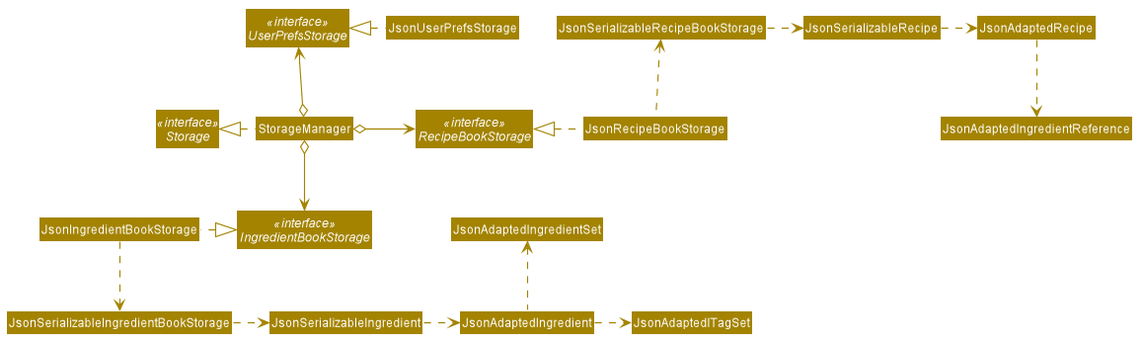
Above: docs/images/StorageClassDiagram.png in nus-cs2103-AY2021S1/tp (PlantUML), before the change.
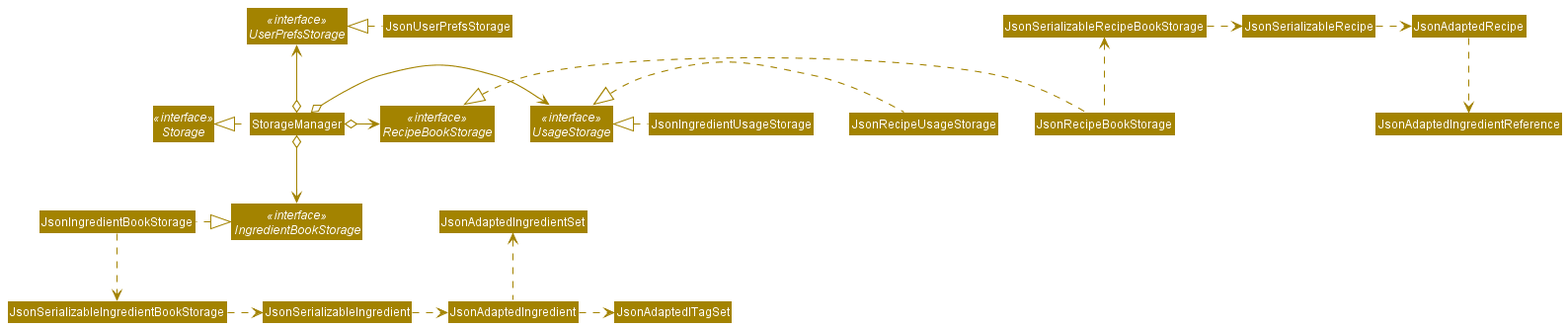
The same diagram one commit later.

Commit message:
Add UsageList diagram

Diff of the diagram source:
```diff
@@ -1,72 +1,29 @@
 @startuml
-
-
-
-
-
-
-
-
-skinparam BackgroundColor #FFFFFFF
-
-skinparam Shadowing false
-
-skinparam Class {
-    FontColor #FFFFFF
-    BorderThickness 1
-    BorderColor #FFFFFF
-    StereotypeFontColor #FFFFFF
-    FontName Arial
-}
-
-skinparam genericDisplay old
-
-skinparam Actor {
-    BorderColor #000000
-    Color #000000
-    FontName Arial
-}
-
-skinparam Sequence {
-    MessageAlign center
-    BoxFontSize 15
-    BoxPadding 0
-    BoxFontColor #FFFFFF
-    FontName Arial
-}
-
-skinparam Participant {
-    FontColor #FFFFFFF
-    Padding 20
-}
-
-skinparam MinClassWidth 50
-skinparam ParticipantPadding 10
-skinparam Shadowing false
-skinparam DefaultTextAlignment center
-skinparam packageStyle Rectangle
-
-hide footbox
-hide members
-hide circle
+!include style.puml
 skinparam arrowThickness 1.1
-skinparam arrowColor #A38300
-skinparam classBackgroundColor #A38300
+skinparam arrowColor STORAGE_COLOR
+skinparam classBackgroundColor STORAGE_COLOR
 
 Interface Storage <<interface>>
 Interface UserPrefsStorage <<interface>>
 Interface RecipeBookStorage <<interface>>
 Interface IngredientBookStorage <<interface>>
+Interface UsageStorage <<interface>>
+
 
 Class StorageManager
 Class JsonUserPrefsStorage
 Class JsonRecipeBookStorage
 Class JsonIngredientBookStorage
+Class JsonRecipeUsageStorage
+Class JsonIngredientUsageStorage
+
 
 StorageManager .left.|> Storage
 StorageManager o-up-> UserPrefsStorage
 StorageManager o-right-> RecipeBookStorage
 StorageManager o-down-> IngredientBookStorage
+StorageManager o-right-> UsageStorage
 
 JsonUserPrefsStorage .left.|> UserPrefsStorage
 JsonRecipeBookStorage .left.|> RecipeBookStorage
@@ -76,6 +33,8 @@
 JsonAdaptedRecipe .down.> JsonAdaptedIngredientReference
 JsonIngredientBookStorage .left.|> IngredientBookStorage
 JsonIngredientBookStorage .down.> JsonSerializableIngredientBookStorage
+JsonRecipeUsageStorage .left.|> UsageStorage
+JsonIngredientUsageStorage .left.|> UsageStorage
 JsonSerializableIngredientBookStorage .right.> JsonSerializableIngredient
 JsonSerializableIngredient .right.> JsonAdaptedIngredient
 JsonAdaptedIngredient .up.> JsonAdaptedIngredientSet
```
